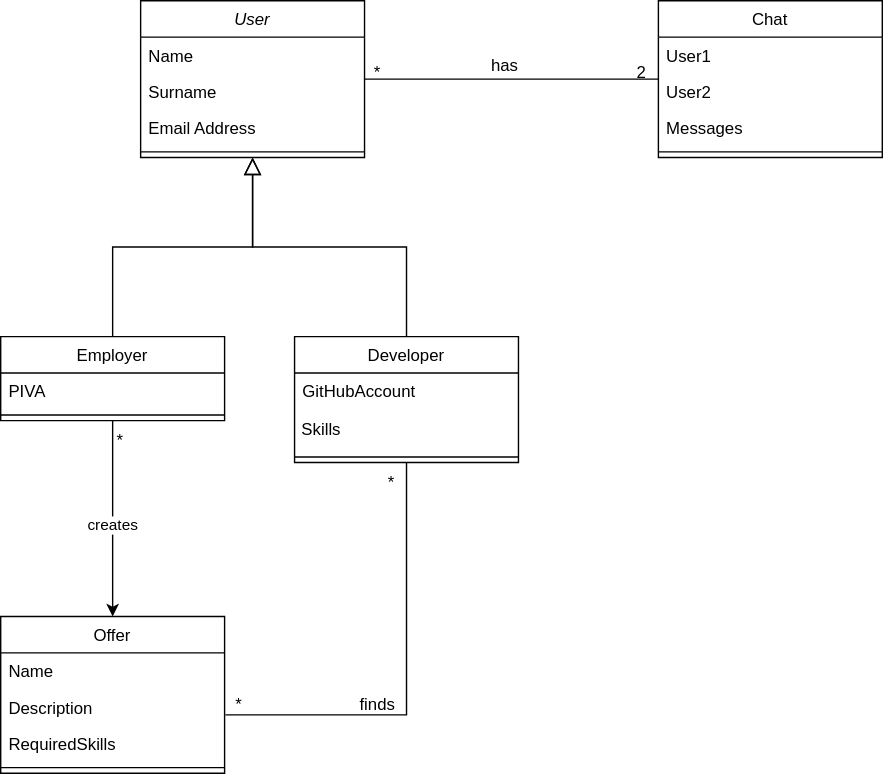
The draw.io diagram Documentazione/Requirement_Analysis_Document/class_diagram_2.0.svg in JacopoPassariello/TuringCareers, before a commit. Source tidied: cells renumbered, new cells last; positions are measured from the earlier drawing's top-left corner, leaving out a move shared by most shapes.
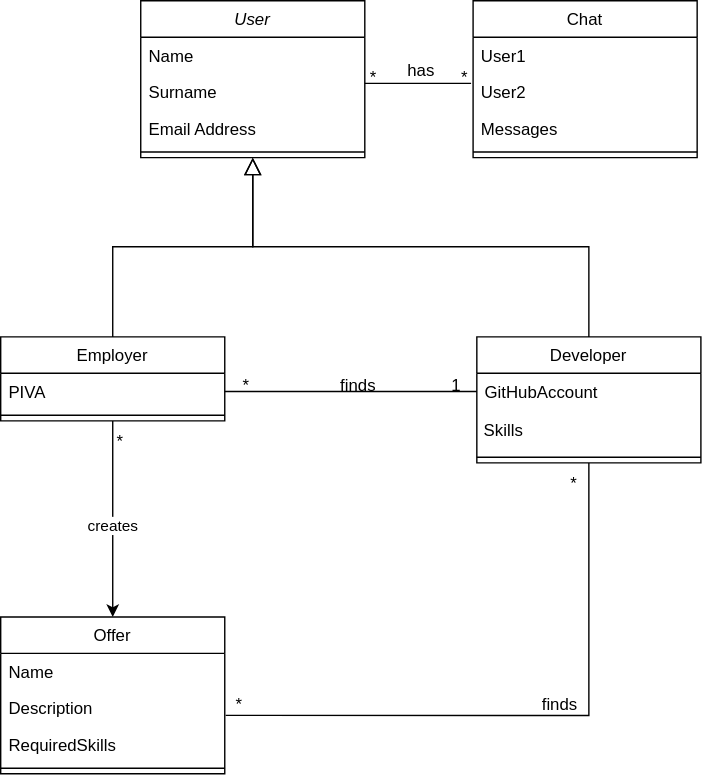
After the change.

Commit message:
Completato Class Diagram

The edit, as a diff of the source:
```diff
@@ -38,7 +38,7 @@
       <mxGeometry relative="1" as="geometry" />
     </mxCell>
     <mxCell id="13" value="Developer" style="swimlane;fontStyle=0;align=center;verticalAlign=top;horizontal=1;startSize=26;rounded=0;shadow=0;strokeWidth=1;" parent="1" vertex="1">
-      <mxGeometry x="210" y="240" width="160" height="90" as="geometry" />
+      <mxGeometry x="340" y="240" width="160" height="90" as="geometry" />
     </mxCell>
     <mxCell id="14" value="GitHubAccount" style="text;align=left;verticalAlign=top;spacingLeft=4;spacingRight=4;overflow=hidden;points=[[0,0.5],[1,0.5]];portConstraint=eastwest;" parent="13" vertex="1">
       <mxGeometry y="26" width="160" height="26" as="geometry" />
@@ -53,7 +53,7 @@
       <mxGeometry relative="1" as="geometry" />
     </mxCell>
     <mxCell id="18" value="Chat" style="swimlane;fontStyle=0;align=center;verticalAlign=top;horizontal=1;startSize=26;rounded=0;shadow=0;strokeWidth=1;" parent="1" vertex="1">
-      <mxGeometry x="470" width="160" height="112" as="geometry" />
+      <mxGeometry x="337.3" width="160" height="112" as="geometry" />
     </mxCell>
     <mxCell id="19" value="User1" style="text;align=left;verticalAlign=top;spacingLeft=4;spacingRight=4;overflow=hidden;" parent="18" vertex="1">
       <mxGeometry y="26" width="160" height="26" as="geometry" />
@@ -67,25 +67,27 @@
     <mxCell id="22" style="line;html=1;strokeWidth=1;align=left;verticalAlign=middle;spacingTop=-1;spacingLeft=3;spacingRight=3;labelPosition=right;" parent="18" vertex="1">
       <mxGeometry y="104" width="160" height="8" as="geometry" />
     </mxCell>
-    <mxCell id="23" style="endArrow=none;shadow=0;strokeWidth=1;rounded=0;endFill=0;edgeStyle=elbowEdgeStyle;elbow=vertical;" parent="1" edge="1" source="2">
+    <mxCell id="23" style="endArrow=none;shadow=0;strokeWidth=1;rounded=0;endFill=0;edgeStyle=elbowEdgeStyle;elbow=vertical;entryX=-0.009;entryY=0.269;entryDx=0;entryDy=0;entryPerimeter=0;" parent="1" edge="1" source="2" target="20">
       <mxGeometry x="0.5" y="41" relative="1" as="geometry">
-        <mxPoint x="470" y="56" as="targetPoint" />
+        <Array as="points">
+          <mxPoint x="340" y="59" />
+        </Array>
         <mxPoint x="-40" y="32" as="offset" />
       </mxGeometry>
     </mxCell>
-    <mxCell id="24" value="2" style="align=right;verticalAlign=bottom;labelBackgroundColor=none;fontSize=12;" parent="23" vertex="1">
+    <mxCell id="24" value="*" style="align=right;verticalAlign=bottom;labelBackgroundColor=none;fontSize=12;" parent="23" vertex="1">
       <mxGeometry x="1" relative="1" as="geometry">
-        <mxPoint x="-7" y="4" as="offset" />
+        <mxPoint x="-66" y="4" as="offset" />
       </mxGeometry>
     </mxCell>
     <mxCell id="25" value="has" style="text;html=1;align=center;verticalAlign=middle;labelBackgroundColor=none;rounded=0;shadow=0;strokeWidth=1;fontSize=12;" parent="23" vertex="1">
       <mxGeometry x="0.5" y="49" relative="1" as="geometry">
-        <mxPoint x="-58" y="40" as="offset" />
+        <mxPoint x="-17" y="40" as="offset" />
       </mxGeometry>
     </mxCell>
     <mxCell id="26" value="*" style="edgeLabel;html=1;align=center;verticalAlign=middle;fontSize=12;labelBackgroundColor=none;" parent="23" vertex="1">
       <mxGeometry x="-0.92" y="1" relative="1" as="geometry">
-        <mxPoint y="-3" as="offset" />
+        <mxPoint x="67" y="-3" as="offset" />
       </mxGeometry>
     </mxCell>
     <mxCell id="27" value="&lt;span style=&quot;font-weight: 400;&quot;&gt;Offer&lt;/span&gt;" style="swimlane;fontStyle=1;align=center;verticalAlign=top;horizontal=1;startSize=26;whiteSpace=wrap;html=1;" parent="1" vertex="1">
@@ -113,10 +115,22 @@
       <mxGeometry x="155" y="488" width="30" height="30" as="geometry" />
     </mxCell>
     <mxCell id="35" value="*" style="text;html=1;align=center;verticalAlign=middle;strokeColor=none;fillColor=none;" parent="1" vertex="1">
-      <mxGeometry x="264" y="330" width="30" height="30" as="geometry" />
+      <mxGeometry x="394" y="330" width="30" height="30" as="geometry" />
     </mxCell>
     <mxCell id="36" value="finds" style="text;html=1;align=center;verticalAlign=middle;strokeColor=none;fillColor=none;" parent="1" vertex="1">
-      <mxGeometry x="244" y="488" width="50" height="30" as="geometry" />
+      <mxGeometry x="374" y="488" width="50" height="30" as="geometry" />
     </mxCell>
+    <mxCell id="37" style="edgeStyle=orthogonalEdgeStyle;rounded=0;jettySize=auto;html=1;exitX=1;exitY=0.5;exitDx=0;exitDy=0;entryX=0;entryY=0.5;entryDx=0;entryDy=0;endArrow=none;endFill=0;" parent="1" edge="1" source="10" target="14">
+      <mxGeometry relative="1" as="geometry" />
+    </mxCell>
+    <mxCell id="38" value="1" style="text;html=1;align=center;verticalAlign=middle;strokeColor=none;fillColor=none;" parent="1" vertex="1">
+      <mxGeometry x="310" y="260" width="30" height="30" as="geometry" />
+    </mxCell>
+    <mxCell id="39" value="*" style="text;html=1;align=center;verticalAlign=middle;strokeColor=none;fillColor=none;" parent="1" vertex="1">
+      <mxGeometry x="160" y="260" width="30" height="30" as="geometry" />
+    </mxCell>
+    <mxCell id="40" value="finds" style="text;html=1;align=center;verticalAlign=middle;strokeColor=none;fillColor=none;" parent="1" vertex="1">
+      <mxGeometry x="230" y="260" width="50" height="30" as="geometry" />
+    </mxCell>
   </root>
 </mxGraphModel>
```
